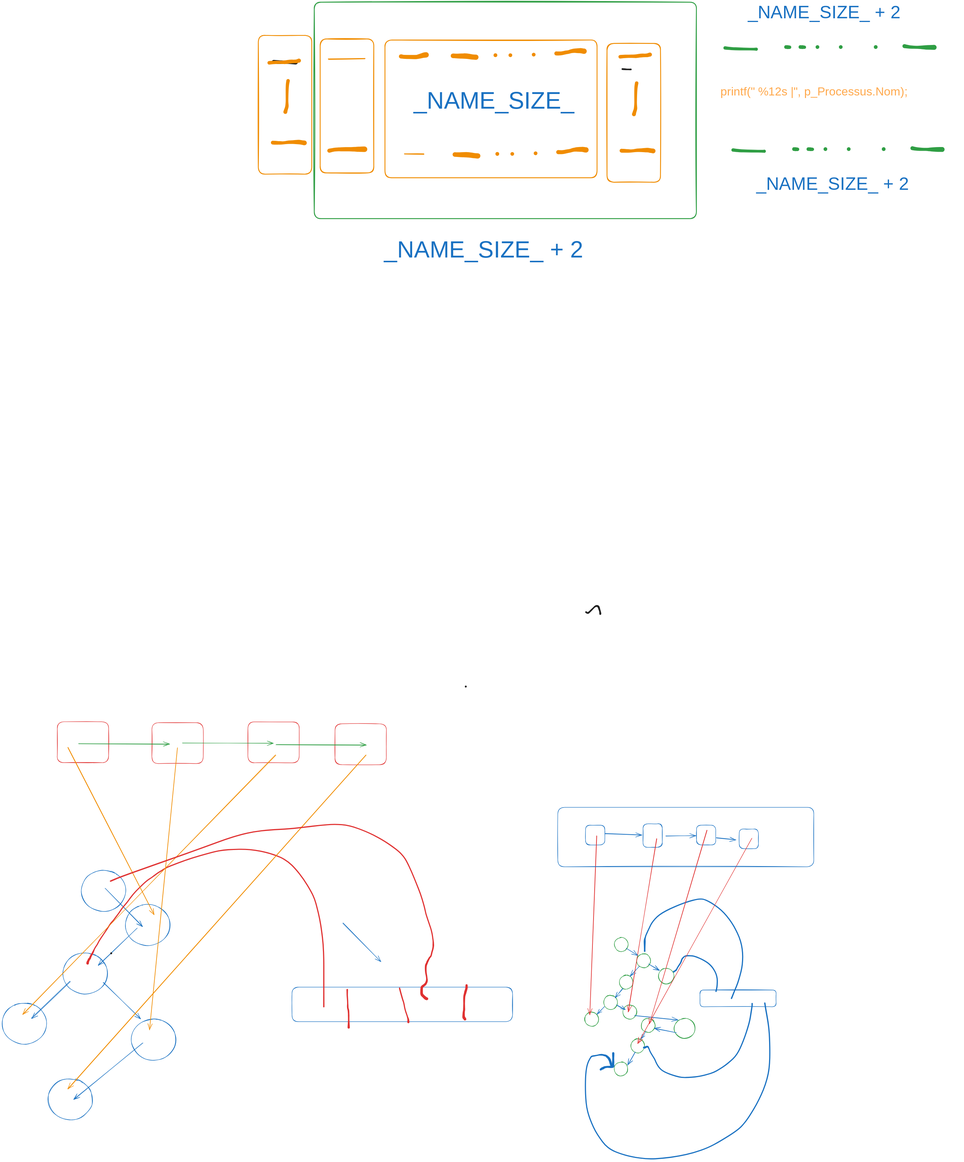
This is bruh.excalidraw.svg from mohammedaouamri5/TP-Tree-LMD2-S1, a Excalidraw export, as it was before one commit. Source tidied: one line per element, renumbered; positions are measured from the earlier drawing's top-left corner, leaving out a move shared by most shapes.
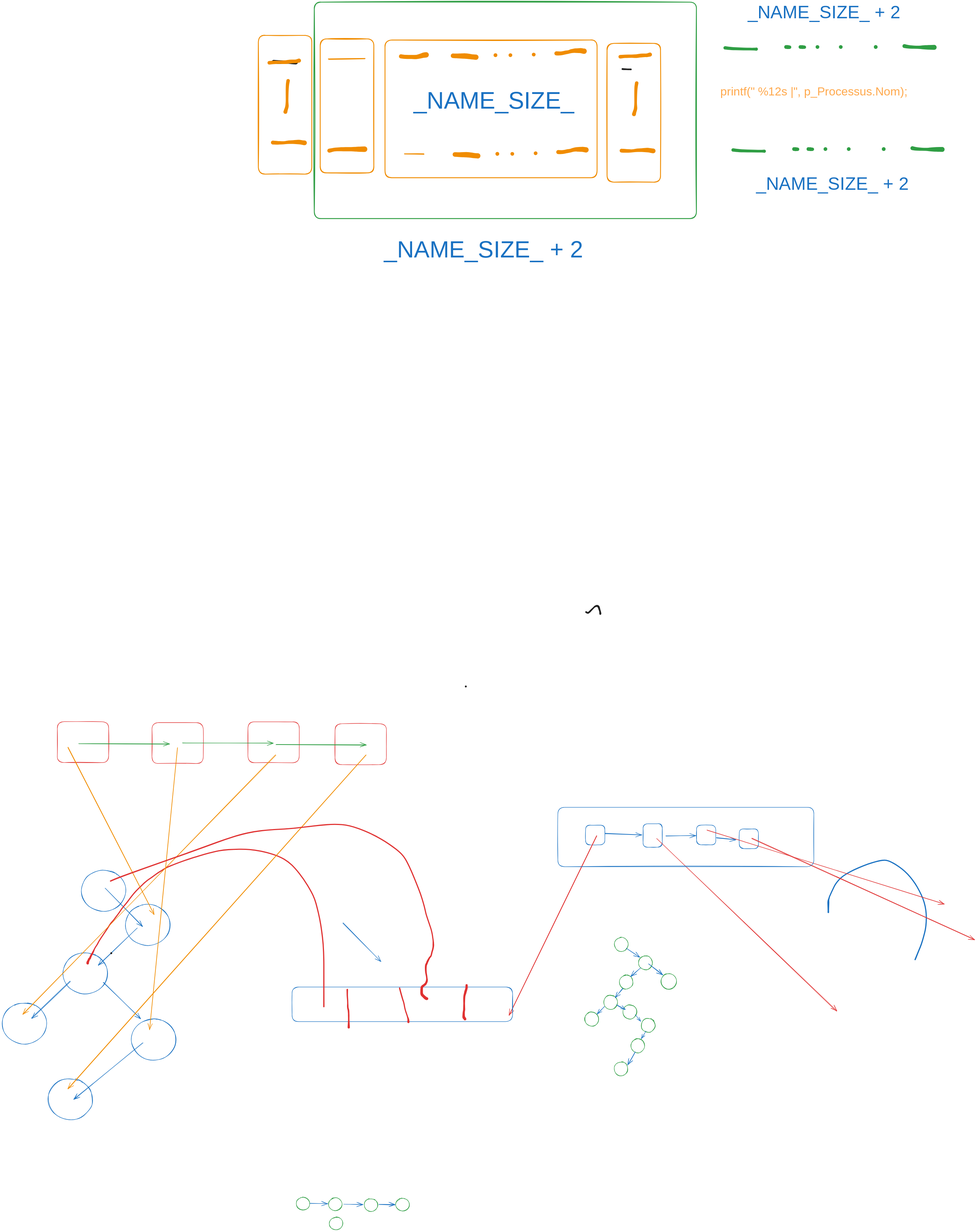
The same file after the commit.

What changed in the source:
```diff
@@ -1,26 +1,22 @@
 {"id": 0, "type": "ellipse", "strokeColor": "#2f9e44", "strokeWidth": 2, "roughness": 1, "round": true, "x": 2845, "y": 4345, "width": 64, "height": 66}
-{"id": 1, "type": "ellipse", "strokeColor": "#2f9e44", "strokeWidth": 2, "roughness": 1, "round": true, "x": 2949, "y": 4420, "width": 64, "height": 66}
+{"id": 1, "type": "ellipse", "strokeColor": "#2f9e44", "strokeWidth": 2, "roughness": 1, "round": true, "x": 2958, "y": 4430, "width": 64, "height": 66}
 {"id": 2, "type": "ellipse", "strokeColor": "#2f9e44", "strokeWidth": 2, "roughness": 1, "round": true, "x": 2867, "y": 4520, "width": 64, "height": 66}
 {"id": 3, "type": "ellipse", "strokeColor": "#2f9e44", "strokeWidth": 2, "roughness": 1, "round": true, "x": 2795, "y": 4614, "width": 64, "height": 66}
 {"id": 4, "type": "ellipse", "strokeColor": "#2f9e44", "strokeWidth": 2, "roughness": 1, "round": true, "x": 2707, "y": 4692, "width": 64, "height": 66}
-{"id": 5, "type": "ellipse", "strokeColor": "#2f9e44", "strokeWidth": 2, "roughness": 1, "round": true, "x": 3050, "y": 4488, "width": 71, "height": 73}
+{"id": 5, "type": "ellipse", "strokeColor": "#2f9e44", "strokeWidth": 2, "roughness": 1, "round": true, "x": 3062, "y": 4513, "width": 71, "height": 73}
 {"id": 6, "type": "ellipse", "strokeColor": "#2f9e44", "strokeWidth": 2, "roughness": 1, "round": true, "x": 2884, "y": 4659, "width": 64, "height": 66}
 {"id": 7, "type": "ellipse", "strokeColor": "#2f9e44", "strokeWidth": 2, "roughness": 1, "round": true, "x": 2970, "y": 4721, "width": 64, "height": 66}
 {"id": 8, "type": "ellipse", "strokeColor": "#2f9e44", "strokeWidth": 2, "roughness": 1, "round": true, "x": 2921, "y": 4816, "width": 64, "height": 66}
 {"id": 9, "type": "ellipse", "strokeColor": "#2f9e44", "strokeWidth": 2, "roughness": 1, "round": true, "x": 2843, "y": 4923, "width": 64, "height": 66}
-{"id": 10, "type": "arrow", "strokeColor": "#1971c2", "strokeWidth": 2, "roughness": 1, "endArrowhead": "arrow", "round": true, "from": 1, "to": 2, "x": 2960, "y": 4481, "width": 41, "height": 45, "points": [[0, 0], [-41, 45]]}
+{"id": 10, "type": "arrow", "strokeColor": "#1971c2", "strokeWidth": 2, "roughness": 1, "endArrowhead": "arrow", "round": true, "from": 1, "to": 2, "x": 2966, "y": 4489, "width": 44, "height": 40, "points": [[0, 0], [-44, 40]]}
 {"id": 11, "type": "arrow", "strokeColor": "#1971c2", "strokeWidth": 2, "roughness": 1, "endArrowhead": "arrow", "round": true, "from": 2, "x": 2883, "y": 4583, "width": 34, "height": 43, "points": [[0, 0], [-34, 43]]}
 {"id": 12, "type": "arrow", "strokeColor": "#1971c2", "strokeWidth": 2, "roughness": 1, "endArrowhead": "arrow", "round": true, "x": 2855, "y": 4659, "width": 39, "height": 22, "points": [[0, 0], [39, 22]]}
-{"id": 13, "type": "arrow", "strokeColor": "#1971c2", "strokeWidth": 2, "roughness": 1, "endArrowhead": "arrow", "round": true, "to": 5, "x": 3004, "y": 4468, "width": 51, "height": 29, "points": [[0, 0], [51, 29]]}
+{"id": 13, "type": "arrow", "strokeColor": "#1971c2", "strokeWidth": 2, "roughness": 1, "endArrowhead": "arrow", "round": true, "to": 5, "x": 3004, "y": 4468, "width": 66, "height": 51, "points": [[0, 0], [66, 51]]}
-{"id": 14, "type": "arrow", "strokeColor": "#1971c2", "strokeWidth": 2, "roughness": 1, "endArrowhead": "arrow", "round": true, "to": 84, "x": 2938, "y": 4709, "width": 202, "height": 19, "points": [[0, 0], [202, 19]]}
+{"id": 14, "type": "arrow", "strokeColor": "#1971c2", "strokeWidth": 2, "roughness": 1, "endArrowhead": "arrow", "round": true, "to": 7, "x": 2942, "y": 4706, "width": 25, "height": 29, "points": [[0, 0], [25, 29]]}
 {"id": 15, "type": "arrow", "strokeColor": "#1971c2", "strokeWidth": 2, "roughness": 1, "endArrowhead": "arrow", "round": true, "to": 8, "x": 2990, "y": 4781, "width": 21, "height": 36, "points": [[0, 0], [-21, 36]]}
 {"id": 16, "type": "arrow", "strokeColor": "#1971c2", "strokeWidth": 2, "roughness": 1, "endArrowhead": "arrow", "round": true, "to": 9, "x": 2941, "y": 4878, "width": 35, "height": 60, "points": [[0, 0], [-35, 60]]}
 {"id": 17, "type": "arrow", "strokeColor": "#1971c2", "strokeWidth": 2, "roughness": 1, "endArrowhead": "arrow", "round": true, "from": 3, "to": 4, "x": 2799, "y": 4668, "width": 33, "height": 34, "points": [[0, 0], [-33, 34]]}
-{"id": 18, "type": "rectangle", "strokeColor": "#1971c2", "strokeWidth": 2, "roughness": 1, "round": true, "x": 3243, "y": 4590, "width": 354, "height": 78}
-{"id": 19, "type": "freedraw", "strokeColor": "#1971c2", "strokeWidth": 2, "roughness": 1, "x": 3317, "y": 4596, "width": 203, "height": 166, "points": [[0, 0], [2, 0], [2, -7], [4, -17], [7, -33], [7, -48], [7, -74], [-4, -100], [-17, -116], [-26, -124], [-41, -137], [-61, -148], [-81, -157], [-105, -166], [-109, -166], [-116, -166], [-122, -166], [-131, -166], [-144, -166], [-153, -161], [-155, -155], [-161, -148], [-161, -142], [-164, -133], [-168, -124], [-179, -111], [-185, -100], [-185, -96], [-188, -96], [-192, -94], [-194, -89], [-196, -89], [-196, -92], [-196, -92]]}
-{"id": 20, "type": "freedraw", "strokeColor": "#1971c2", "strokeWidth": 2, "roughness": 1, "x": 3389, "y": 4629, "width": 458, "height": 464, "points": [[0, 0], [2, -4], [4, -9], [7, -15], [13, -33], [24, -59], [37, -89], [48, -135], [55, -166], [55, -198], [52, -238], [44, -275], [28, -312], [7, -347], [-13, -377], [-39, -406], [-65, -430], [-92, -445], [-109, -454], [-124, -460], [-137, -464], [-150, -464], [-181, -458], [-222, -445], [-270, -425], [-316, -403], [-349, -384], [-366, -364], [-375, -347], [-382, -334], [-388, -314], [-395, -301], [-399, -290], [-401, -286], [-401, -279], [-403, -277], [-403, -273], [-403, -268], [-403, -266], [-403, -264], [-403, -262], [-403, -249], [-403, -238], [-403, -227], [-403, -220], [-403, -218], [-403, -218]]}
+{"id": 20, "type": "freedraw", "strokeColor": "#1971c2", "strokeWidth": 2, "roughness": 1, "x": 4243, "y": 4449, "width": 458, "height": 464, "points": [[0, 0], [2, -4], [4, -9], [7, -15], [13, -33], [24, -59], [37, -89], [48, -135], [55, -166], [55, -198], [52, -238], [44, -275], [28, -312], [7, -347], [-13, -377], [-39, -406], [-65, -430], [-92, -445], [-109, -454], [-124, -460], [-137, -464], [-150, -464], [-181, -458], [-222, -445], [-270, -425], [-316, -403], [-349, -384], [-366, -364], [-375, -347], [-382, -334], [-388, -314], [-395, -301], [-399, -290], [-401, -286], [-401, -279], [-403, -277], [-403, -273], [-403, -268], [-403, -266], [-403, -264], [-403, -262], [-403, -249], [-403, -238], [-403, -227], [-403, -220], [-403, -218], [-403, -218]]}
-{"id": 21, "type": "freedraw", "strokeColor": "#1971c2", "strokeWidth": 2, "roughness": 1, "x": 3485, "y": 4653, "width": 504, "height": 345, "points": [[0, 0], [0, 7], [0, 17], [-9, 65], [-15, 107], [-31, 148], [-44, 183], [-59, 218], [-74, 246], [-92, 266], [-116, 281], [-144, 303], [-172, 318], [-198, 331], [-229, 336], [-259, 342], [-288, 345], [-316, 345], [-334, 345], [-353, 340], [-390, 327], [-414, 316], [-427, 307], [-434, 299], [-440, 288], [-447, 275], [-451, 264], [-456, 251], [-464, 240], [-475, 222], [-480, 214], [-482, 203], [-484, 201], [-484, 198], [-488, 198], [-491, 201], [-495, 203], [-499, 205], [-504, 205], [-504, 205]]}
-{"id": 22, "type": "freedraw", "strokeColor": "#1971c2", "strokeWidth": 2, "roughness": 1, "x": 3544, "y": 4651, "width": 859, "height": 728, "points": [[0, 0], [22, 131], [22, 314], [-55, 504], [-273, 683], [-528, 728], [-744, 669], [-818, 530], [-835, 369], [-813, 255], [-787, 244], [-761, 240], [-739, 244], [-728, 253], [-720, 266], [-715, 286], [-706, 286], [-704, 257], [-704, 238], [-704, 242], [-704, 275], [-704, 290], [-709, 297], [-739, 297], [-759, 305], [-765, 310], [-748, 301]]}
 {"id": 23, "type": "rectangle", "strokeColor": "#1971c2", "strokeWidth": 2, "roughness": 1, "round": true, "x": 2711, "y": 3824, "width": 89, "height": 92}
 {"id": 24, "type": "rectangle", "strokeColor": "#1971c2", "strokeWidth": 2, "roughness": 1, "round": true, "x": 2978, "y": 3818, "width": 89, "height": 109}
 {"id": 25, "type": "rectangle", "strokeColor": "#1971c2", "strokeWidth": 2, "roughness": 1, "round": true, "x": 3227, "y": 3824, "width": 89, "height": 92}
@@ -28,10 +24,10 @@
 {"id": 27, "type": "arrow", "strokeColor": "#1971c2", "strokeWidth": 2, "roughness": 1, "endArrowhead": "arrow", "round": true, "from": 23, "to": 24, "x": 2802, "y": 3863, "width": 171, "height": 7, "points": [[0, 0], [171, 7]]}
 {"id": 28, "type": "arrow", "strokeColor": "#1971c2", "strokeWidth": 2, "roughness": 1, "endArrowhead": "arrow", "round": true, "from": 24, "to": 25, "x": 3084, "y": 3875, "width": 140, "height": 3, "points": [[0, 0], [140, -3]]}
 {"id": 29, "type": "arrow", "strokeColor": "#1971c2", "strokeWidth": 2, "roughness": 1, "endArrowhead": "arrow", "round": true, "from": 25, "to": 26, "x": 3320, "y": 3883, "width": 89, "height": 10, "points": [[0, 0], [89, 10]]}
-{"id": 30, "type": "arrow", "strokeColor": "#e03131", "strokeWidth": 2, "roughness": 1, "endArrowhead": "arrow", "round": true, "x": 2764, "y": 3874, "width": 33, "height": 831, "points": [[0, 0], [-33, 831]]}
+{"id": 30, "type": "arrow", "strokeColor": "#e03131", "strokeWidth": 2, "roughness": 1, "endArrowhead": "arrow", "round": true, "x": 2764, "y": 3874, "width": 408, "height": 834, "points": [[0, 0], [-408, 834]]}
-{"id": 31, "type": "arrow", "strokeColor": "#e03131", "strokeWidth": 2, "roughness": 1, "endArrowhead": "arrow", "round": true, "x": 3043, "y": 3887, "width": 133, "height": 805, "points": [[0, 0], [-133, 805]]}
+{"id": 31, "type": "arrow", "strokeColor": "#e03131", "strokeWidth": 2, "roughness": 1, "endArrowhead": "arrow", "round": true, "x": 3043, "y": 3887, "width": 835, "height": 801, "points": [[0, 0], [835, 801]]}
-{"id": 32, "type": "arrow", "strokeColor": "#e03131", "strokeWidth": 2, "roughness": 1, "endArrowhead": "arrow", "round": true, "x": 3483, "y": 3885, "width": 528, "height": 953, "points": [[0, 0], [-528, 953]]}
+{"id": 32, "type": "arrow", "strokeColor": "#e03131", "strokeWidth": 2, "roughness": 1, "endArrowhead": "arrow", "round": true, "x": 3483, "y": 3885, "width": 1037, "height": 471, "points": [[0, 0], [1037, 471]]}
-{"id": 33, "type": "arrow", "strokeColor": "#e03131", "strokeWidth": 2, "roughness": 1, "endArrowhead": "arrow", "round": true, "x": 3276, "y": 3848, "width": 268, "height": 898, "points": [[0, 0], [-268, 898]]}
+{"id": 33, "type": "arrow", "strokeColor": "#e03131", "strokeWidth": 2, "roughness": 1, "endArrowhead": "arrow", "round": true, "x": 3276, "y": 3848, "width": 1102, "height": 343, "points": [[0, 0], [1102, 343]]}
 {"id": 34, "type": "freedraw", "strokeColor": "#1e1e1e", "strokeWidth": 2, "roughness": 1, "x": 1262, "y": 273, "width": 41, "height": 2, "points": [[0, 0], [12, 2], [20, 2], [32, 2], [37, 2], [41, 2], [41, 2]]}
 {"id": 35, "type": "freedraw", "strokeColor": "#1e1e1e", "backgroundColor": "#ffec99", "fillStyle": "solid", "strokeWidth": 4, "roughness": 1, "x": 1262, "y": 278, "width": 103, "height": 2, "points": [[0, 0], [3, 2], [12, 2], [24, 2], [41, 2], [62, 2], [74, 2], [82, 2], [87, 2], [91, 2], [95, 2], [99, 2], [103, 2], [103, 2]]}
 {"id": 36, "type": "freedraw", "strokeColor": "#f08c00", "backgroundColor": "#ffec99", "fillStyle": "solid", "strokeWidth": 4, "roughness": 1, "x": 1241, "y": 282, "width": 141, "height": 12, "points": [[0, 0], [7, 2], [16, -3], [28, -3], [41, -3], [57, -3], [70, -3], [74, -3], [78, -3], [91, -7], [107, -7], [128, -7], [132, -7], [141, -11], [141, -11]]}
@@ -80,10 +76,8 @@
 {"id": 79, "type": "text", "text": "_NAME_SIZE_ + 2", "strokeColor": "#1971c2", "strokeWidth": 4, "roughness": 1, "fontSize": 83.08, "fontFamily": 3, "x": 3504, "y": 798, "width": 730, "height": 100}
 {"id": 80, "type": "text", "text": "_NAME_SIZE_ + 2", "strokeColor": "#1971c2", "strokeWidth": 4, "roughness": 1, "fontSize": 108.74, "fontFamily": 3, "x": 1774, "y": 1088, "width": 956, "height": 130}
 {"id": 81, "type": "text", "text": "printf(\" %12s |\", p_Processus.Nom);", "strokeColor": "#ffa94d", "strokeWidth": 4, "roughness": 1, "fontSize": 54.72, "fontFamily": 3, "x": 3338, "y": 384, "width": 1122, "height": 66}
-{"id": 82, "type": "arrow", "strokeColor": "#1971c2", "strokeWidth": 2, "roughness": 1, "endArrowhead": "arrow", "round": true, "to": 1, "x": 2900, "y": 4396, "width": 52, "height": 32, "points": [[0, 0], [52, 32]]}
+{"id": 82, "type": "arrow", "strokeColor": "#1971c2", "strokeWidth": 2, "roughness": 1, "endArrowhead": "arrow", "round": true, "to": 1, "x": 2900, "y": 4396, "width": 61, "height": 41, "points": [[0, 0], [61, 41]]}
 {"id": 83, "type": "rectangle", "strokeColor": "#1971c2", "strokeWidth": 2, "roughness": 1, "round": true, "x": 2582, "y": 3741, "width": 1190, "height": 276}
-{"id": 84, "type": "ellipse", "strokeColor": "#2f9e44", "strokeWidth": 2, "roughness": 1, "round": true, "x": 3123, "y": 4722, "width": 96, "height": 93}
-{"id": 85, "type": "arrow", "strokeColor": "#1971c2", "strokeWidth": 2, "roughness": 1, "endArrowhead": "arrow", "round": true, "x": 3133, "y": 4788, "width": 102, "height": 19, "points": [[0, 0], [-102, -19]]}
 {"id": 86, "type": "ellipse", "strokeColor": "#1971c2", "strokeWidth": 2, "roughness": 1, "round": true, "x": 368, "y": 4033, "width": 207, "height": 191}
 {"id": 87, "type": "ellipse", "strokeColor": "#1971c2", "strokeWidth": 2, "roughness": 1, "round": true, "x": 573, "y": 4192, "width": 207, "height": 191}
 {"id": 88, "type": "ellipse", "strokeColor": "#1971c2", "strokeWidth": 2, "roughness": 1, "round": true, "x": 282, "y": 4417, "width": 207, "height": 191}
@@ -116,3 +110,11 @@
 {"id": 115, "type": "freedraw", "strokeColor": "#1e1e1e", "strokeWidth": 2, "roughness": 1, "x": 2714, "y": 2834, "width": 66, "height": 40, "points": [[0, 0], [0, 7], [11, 7], [15, 4], [22, -7], [26, -11], [33, -18], [40, -26], [44, -29], [48, -29], [51, -29], [55, -29], [59, -26], [63, -18], [63, -7], [66, 0], [66, 4], [66, 7], [66, 11], [66, 4], [66, 4]]}
 {"id": 116, "type": "freedraw", "strokeColor": "#1e1e1e", "strokeWidth": 2, "roughness": 1, "x": 2155, "y": 3180, "width": 0, "height": 0, "points": [[0, 0], [0, 0]]}
 {"id": 117, "type": "freedraw", "strokeColor": "#1e1e1e", "strokeWidth": 2, "roughness": 1, "x": 507, "y": 4419, "width": 0, "height": 0, "points": [[0, 0], [0, 0]]}
+{"id": 118, "type": "ellipse", "strokeColor": "#2f9e44", "strokeWidth": 2, "roughness": 1, "round": true, "x": 1366, "y": 5553, "width": 63, "height": 59}
+{"id": 119, "type": "ellipse", "strokeColor": "#2f9e44", "strokeWidth": 2, "roughness": 1, "round": true, "x": 1516, "y": 5556, "width": 63, "height": 59}
+{"id": 120, "type": "ellipse", "strokeColor": "#2f9e44", "strokeWidth": 2, "roughness": 1, "round": true, "x": 1682, "y": 5560, "width": 63, "height": 59}
+{"id": 121, "type": "ellipse", "strokeColor": "#2f9e44", "strokeWidth": 2, "roughness": 1, "round": true, "x": 1829, "y": 5558, "width": 63, "height": 59}
+{"id": 122, "type": "ellipse", "strokeColor": "#2f9e44", "strokeWidth": 2, "roughness": 1, "round": true, "x": 1520, "y": 5646, "width": 63, "height": 59}
+{"id": 123, "type": "arrow", "strokeColor": "#1971c2", "strokeWidth": 2, "roughness": 1, "endArrowhead": "arrow", "round": true, "from": 118, "to": 119, "x": 1430, "y": 5583, "width": 82, "height": 1, "points": [[0, 0], [82, 1]]}
+{"id": 124, "type": "arrow", "strokeColor": "#1971c2", "strokeWidth": 2, "roughness": 1, "endArrowhead": "arrow", "round": true, "from": 119, "to": 120, "x": 1587, "y": 5585, "width": 90, "height": 2, "points": [[0, 0], [90, 2]]}
+{"id": 125, "type": "arrow", "strokeColor": "#1971c2", "strokeWidth": 2, "roughness": 1, "endArrowhead": "arrow", "round": true, "from": 120, "to": 121, "x": 1752, "y": 5587, "width": 72, "height": 2, "points": [[0, 0], [72, 2]]}
```
